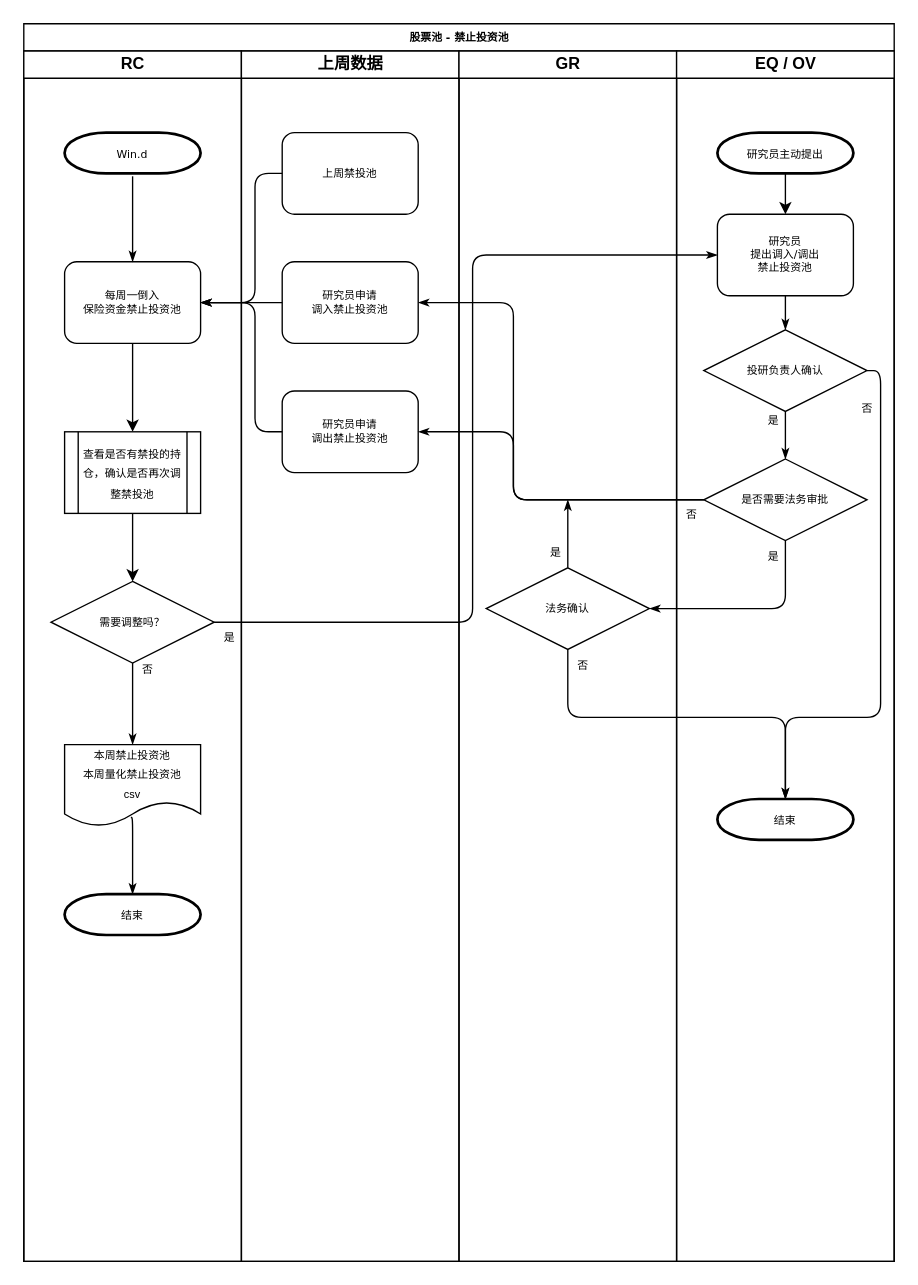
Above: Untitled Diagram.drawio in kemmiylee/gc-amc.com (draw.io), before the change. Source tidied: cells renumbered, new cells numbered last; positions are measured from the earlier drawing's top-left corner, leaving out a move shared by most shapes. Both pictures are drawn from the tidied source at 136%, with x=0, y=0 at pixel (23, 23).
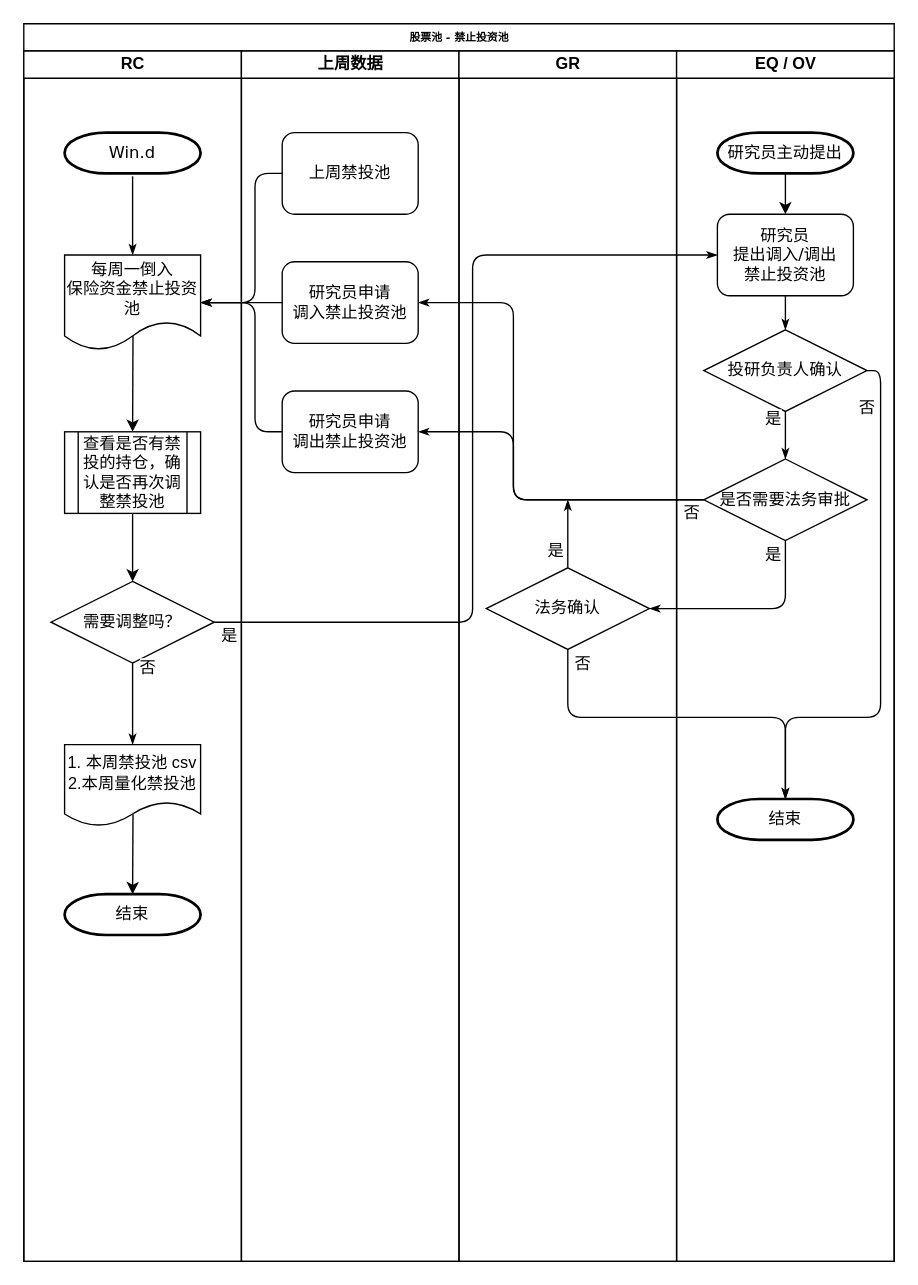
After the change.

The change refers to these unchanged cells:
```xml
<mxCell id="2" value="股票池 - 禁止投资池" style="swimlane;html=1;startSize=20;rounded=0;shadow=0;labelBackgroundColor=none;strokeWidth=1;fontFamily=Verdana;fontSize=8;align=center;" parent="1" vertex="1">
  <mxGeometry width="640" height="910" as="geometry" />
</mxCell>
<mxCell id="3" style="edgeStyle=orthogonalEdgeStyle;rounded=1;html=1;labelBackgroundColor=none;startArrow=none;startFill=0;startSize=5;endArrow=classicThin;endFill=1;endSize=5;jettySize=auto;strokeWidth=1;fontFamily=Verdana;fontSize=8;entryX=1;entryY=0.5;entryDx=0;entryDy=0;exitX=0;exitY=0.5;exitDx=0;exitDy=0;" parent="2" edge="1" source="31" target="20">
  <mxGeometry relative="1" as="geometry">
    <Array as="points">
      <mxPoint x="360" y="350" />
      <mxPoint x="360" y="205" />
    </Array>
  </mxGeometry>
</mxCell>
<mxCell id="6" value="RC" style="swimlane;html=1;startSize=20;" parent="2" vertex="1">
  <mxGeometry y="20" width="160" height="890" as="geometry" />
</mxCell>
<mxCell id="12" style="edgeStyle=orthogonalEdgeStyle;rounded=1;html=1;labelBackgroundColor=none;startArrow=none;startFill=0;startSize=5;endArrow=classicThin;endFill=1;endSize=5;jettySize=auto;strokeWidth=1;fontFamily=Verdana;fontSize=8;exitX=0.5;exitY=1;exitDx=0;exitDy=0;entryX=0.5;entryY=0;entryDx=0;entryDy=0;" parent="6" edge="1" source="11" target="14">
  <mxGeometry relative="1" as="geometry">
    <Array as="points">
      <mxPoint x="80" y="470" />
      <mxPoint x="80" y="470" />
    </Array>
  </mxGeometry>
</mxCell>
<mxCell id="19" value="上周数据" style="swimlane;html=1;startSize=20;" parent="2" vertex="1">
  <mxGeometry x="160" y="20" width="160" height="890" as="geometry" />
</mxCell>
<mxCell id="23" value="GR" style="swimlane;html=1;startSize=20;" parent="2" vertex="1">
  <mxGeometry x="320" y="20" width="160" height="890" as="geometry" />
</mxCell>
<mxCell id="24" style="edgeStyle=orthogonalEdgeStyle;rounded=1;html=1;labelBackgroundColor=none;startArrow=none;startFill=0;startSize=5;endArrow=classicThin;endFill=1;endSize=5;jettySize=auto;strokeWidth=1;fontFamily=Verdana;fontSize=8;exitX=0.5;exitY=0;exitDx=0;exitDy=0;" parent="23" edge="1" source="26">
  <mxGeometry relative="1" as="geometry">
    <mxPoint x="80" y="330" as="targetPoint" />
  </mxGeometry>
</mxCell>
<mxCell id="27" value="EQ / OV" style="swimlane;html=1;startSize=20;" parent="2" vertex="1">
  <mxGeometry x="480" y="20" width="160" height="890" as="geometry" />
</mxCell>
<mxCell id="32" style="edgeStyle=orthogonalEdgeStyle;rounded=1;html=1;labelBackgroundColor=none;startArrow=none;startFill=0;startSize=5;endArrow=classicThin;endFill=1;endSize=5;jettySize=auto;strokeWidth=1;fontFamily=Verdana;fontSize=8;entryX=0.5;entryY=0;entryDx=0;entryDy=0;exitX=0.5;exitY=1;exitDx=0;exitDy=0;" parent="27" edge="1" source="30" target="31">
  <mxGeometry relative="1" as="geometry" />
</mxCell>
<mxCell id="42" style="edgeStyle=orthogonalEdgeStyle;rounded=1;html=1;labelBackgroundColor=none;startArrow=none;startFill=0;startSize=5;endArrow=classicThin;endFill=1;endSize=5;jettySize=auto;strokeWidth=1;fontFamily=Verdana;fontSize=8;entryX=1;entryY=0.5;entryDx=0;entryDy=0;exitX=0.5;exitY=1;exitDx=0;exitDy=0;" parent="2" edge="1" source="31" target="26">
  <mxGeometry relative="1" as="geometry" />
</mxCell>
<mxCell id="44" style="edgeStyle=orthogonalEdgeStyle;rounded=1;html=1;labelBackgroundColor=none;startArrow=none;startFill=0;startSize=5;endArrow=classicThin;endFill=1;endSize=5;jettySize=auto;strokeWidth=1;fontFamily=Verdana;fontSize=8;exitX=0.5;exitY=1;exitDx=0;exitDy=0;entryX=0.5;entryY=0;entryDx=0;entryDy=0;entryPerimeter=0;" parent="2" edge="1" source="26" target="29">
  <mxGeometry relative="1" as="geometry">
    <Array as="points">
      <mxPoint x="400" y="510" />
      <mxPoint x="560" y="510" />
    </Array>
  </mxGeometry>
</mxCell>
<mxCell id="46" style="edgeStyle=orthogonalEdgeStyle;rounded=1;html=1;labelBackgroundColor=none;startArrow=none;startFill=0;startSize=5;endArrow=classicThin;endFill=1;endSize=5;jettySize=auto;strokeWidth=1;fontFamily=Verdana;fontSize=8;entryX=0;entryY=0.5;entryDx=0;entryDy=0;exitX=1;exitY=0.5;exitDx=0;exitDy=0;" parent="2" edge="1" source="11" target="37">
  <mxGeometry relative="1" as="geometry">
    <Array as="points">
      <mxPoint x="330" y="440" />
      <mxPoint x="330" y="170" />
    </Array>
  </mxGeometry>
</mxCell>
```

Diff of the diagram source:
```diff
@@
-    <mxCell id="5" value="&lt;font style=&quot;font-size: 8px&quot;&gt;否&lt;/font&gt;" style="edgeLabel;html=1;align=center;verticalAlign=middle;" parent="3" vertex="1">
+    <mxCell id="5" value="&lt;font style=&quot;font-size: 12px&quot;&gt;否&lt;/font&gt;" style="edgeLabel;html=1;align=center;verticalAlign=middle;" parent="3" vertex="1">
       <mxGeometry x="-0.03" relative="1" as="geometry">
         <mxPoint x="130" y="41.7" as="offset" />
       </mxGeometry>
     </mxCell>
@@
-    <mxCell id="7" value="&lt;font style=&quot;font-size: 8px&quot;&gt;结束&lt;/font&gt;" style="strokeWidth=2;html=1;shape=mxgraph.flowchart.terminator;whiteSpace=wrap;" parent="6" vertex="1">
+    <mxCell id="7" value="&lt;font style=&quot;font-size: 12px&quot;&gt;结束&lt;/font&gt;" style="strokeWidth=2;html=1;shape=mxgraph.flowchart.terminator;whiteSpace=wrap;" parent="6" vertex="1">
       <mxGeometry x="30" y="620" width="100" height="30" as="geometry" />
     </mxCell>
-    <mxCell id="8" value="每周一倒入&lt;br&gt;保险资金禁止投资池" style="rounded=1;whiteSpace=wrap;html=1;shadow=0;labelBackgroundColor=none;strokeWidth=1;fontFamily=Verdana;fontSize=8;align=center;" parent="6" vertex="1">
-      <mxGeometry x="30" y="155" width="100" height="60" as="geometry" />
-    </mxCell>
@@
-    <mxCell id="10" value="&lt;span style=&quot;font-family: &amp;#34;verdana&amp;#34; ; font-size: 8px&quot;&gt;Win.d&lt;/span&gt;" style="strokeWidth=2;html=1;shape=mxgraph.flowchart.terminator;whiteSpace=wrap;" parent="6" vertex="1">
+    <mxCell id="10" value="&lt;span style=&quot;font-family: &amp;#34;verdana&amp;#34;&quot;&gt;&lt;font style=&quot;font-size: 12px&quot;&gt;Win.d&lt;/font&gt;&lt;/span&gt;" style="strokeWidth=2;html=1;shape=mxgraph.flowchart.terminator;whiteSpace=wrap;" parent="6" vertex="1">
       <mxGeometry x="30" y="60" width="100" height="30" as="geometry" />
     </mxCell>
-    <mxCell id="11" value="需要调整吗？" style="rhombus;whiteSpace=wrap;html=1;rounded=0;shadow=0;labelBackgroundColor=none;strokeWidth=1;fontFamily=Verdana;fontSize=8;align=center;" parent="6" vertex="1">
+    <mxCell id="11" value="&lt;font style=&quot;font-size: 12px&quot;&gt;需要调整吗？&lt;/font&gt;" style="rhombus;whiteSpace=wrap;html=1;rounded=0;shadow=0;labelBackgroundColor=none;strokeWidth=1;fontFamily=Verdana;fontSize=8;align=center;" parent="6" vertex="1">
       <mxGeometry x="20" y="390" width="120" height="60" as="geometry" />
     </mxCell>
@@
-    <mxCell id="13" value="&lt;font style=&quot;font-size: 8px&quot;&gt;否&lt;/font&gt;" style="edgeLabel;html=1;align=center;verticalAlign=middle;" parent="12" vertex="1">
+    <mxCell id="13" value="&lt;font style=&quot;font-size: 12px&quot;&gt;否&lt;/font&gt;" style="edgeLabel;html=1;align=center;verticalAlign=middle;" parent="12" vertex="1">
       <mxGeometry x="-0.74" y="15" relative="1" as="geometry">
         <mxPoint x="-5" y="-5" as="offset" />
       </mxGeometry>
     </mxCell>
-    <mxCell id="14" value="&lt;font style=&quot;font-size: 8px&quot;&gt;本周禁止投资池&lt;br&gt;本周量化禁止投资池&lt;br&gt;csv&lt;br&gt;&lt;/font&gt;" style="shape=document;whiteSpace=wrap;html=1;boundedLbl=1;" parent="6" vertex="1">
+    <mxCell id="14" value="&lt;font&gt;&lt;font style=&quot;font-size: 12px&quot;&gt;1. 本周禁投池 csv&lt;br&gt;2.本周量化禁投池&lt;/font&gt;&lt;br&gt;&lt;/font&gt;" style="shape=document;whiteSpace=wrap;html=1;boundedLbl=1;" parent="6" vertex="1">
       <mxGeometry x="30" y="510" width="100" height="60" as="geometry" />
     </mxCell>
-    <mxCell id="15" style="edgeStyle=orthogonalEdgeStyle;rounded=1;html=1;labelBackgroundColor=none;startArrow=none;startFill=0;startSize=5;endArrow=classicThin;endFill=1;endSize=5;jettySize=auto;strokeWidth=1;fontFamily=Verdana;fontSize=8;exitX=0.487;exitY=0.894;exitDx=0;exitDy=0;entryX=0.5;entryY=0;entryDx=0;entryDy=0;entryPerimeter=0;exitPerimeter=0;" parent="6" edge="1" source="14" target="7">
-      <mxGeometry relative="1" as="geometry">
-        <Array as="points">
-          <mxPoint x="80" y="564" />
-        </Array>
-      </mxGeometry>
-    </mxCell>
-    <mxCell id="16" style="endArrow=classic;html=1;entryX=0.5;entryY=0;entryDx=0;entryDy=0;exitX=0.5;exitY=1;exitDx=0;exitDy=0;" parent="6" edge="1" source="8" target="18">
+    <mxCell id="16" style="endArrow=classic;html=1;entryX=0.5;entryY=0;entryDx=0;entryDy=0;exitX=0.503;exitY=0.826;exitDx=0;exitDy=0;exitPerimeter=0;" parent="6" edge="1" source="8" target="18">
       <mxGeometry relative="1" as="geometry" />
     </mxCell>
@@
-    <mxCell id="18" value="&lt;font style=&quot;font-size: 8px&quot;&gt;查看是否有禁投的持仓，确认是否再次调整禁投池&lt;/font&gt;" style="shape=process;whiteSpace=wrap;html=1;backgroundOutline=1;" parent="6" vertex="1">
+    <mxCell id="18" value="&lt;font style=&quot;font-size: 12px&quot;&gt;查看是否有禁投的持仓，确认是否再次调整禁投池&lt;/font&gt;" style="shape=process;whiteSpace=wrap;html=1;backgroundOutline=1;" parent="6" vertex="1">
       <mxGeometry x="30" y="280" width="100" height="60" as="geometry" />
     </mxCell>
+    <mxCell id="8" value="每周一倒入&lt;br&gt;保险资金禁止投资池" style="shape=document;whiteSpace=wrap;html=1;boundedLbl=1;" parent="6" vertex="1">
+      <mxGeometry x="30" y="150" width="100" height="70" as="geometry" />
+    </mxCell>
+    <mxCell id="15" style="endArrow=classic;html=1;entryX=0.5;entryY=0;entryDx=0;entryDy=0;entryPerimeter=0;exitX=0.503;exitY=0.853;exitDx=0;exitDy=0;exitPerimeter=0;" parent="6" edge="1" source="14" target="7">
+      <mxGeometry relative="1" as="geometry" />
+    </mxCell>
@@
-    <mxCell id="20" value="研究员申请&lt;br&gt;调入禁止投资池" style="rounded=1;whiteSpace=wrap;html=1;shadow=0;labelBackgroundColor=none;strokeWidth=1;fontFamily=Verdana;fontSize=8;align=center;" parent="19" vertex="1">
+    <mxCell id="20" value="&lt;font style=&quot;font-size: 12px&quot;&gt;研究员申请&lt;br&gt;调入禁止投资池&lt;/font&gt;" style="rounded=1;whiteSpace=wrap;html=1;shadow=0;labelBackgroundColor=none;strokeWidth=1;fontFamily=Verdana;fontSize=8;align=center;" parent="19" vertex="1">
       <mxGeometry x="30" y="155" width="100" height="60" as="geometry" />
     </mxCell>
-    <mxCell id="21" value="上周禁投池" style="rounded=1;whiteSpace=wrap;html=1;shadow=0;labelBackgroundColor=none;strokeWidth=1;fontFamily=Verdana;fontSize=8;align=center;" parent="19" vertex="1">
+    <mxCell id="21" value="&lt;font style=&quot;font-size: 12px&quot;&gt;上周禁投池&lt;/font&gt;" style="rounded=1;whiteSpace=wrap;html=1;shadow=0;labelBackgroundColor=none;strokeWidth=1;fontFamily=Verdana;fontSize=8;align=center;" parent="19" vertex="1">
       <mxGeometry x="30" y="60" width="100" height="60" as="geometry" />
     </mxCell>
-    <mxCell id="22" value="研究员申请&lt;br&gt;调出禁止投资池" style="rounded=1;whiteSpace=wrap;html=1;shadow=0;labelBackgroundColor=none;strokeWidth=1;fontFamily=Verdana;fontSize=8;align=center;" parent="19" vertex="1">
+    <mxCell id="22" value="&lt;font style=&quot;font-size: 12px&quot;&gt;研究员申请&lt;br&gt;调出禁止投资池&lt;/font&gt;" style="rounded=1;whiteSpace=wrap;html=1;shadow=0;labelBackgroundColor=none;strokeWidth=1;fontFamily=Verdana;fontSize=8;align=center;" parent="19" vertex="1">
       <mxGeometry x="30" y="250" width="100" height="60" as="geometry" />
     </mxCell>
@@
-    <mxCell id="25" value="&lt;font style=&quot;font-size: 8px&quot;&gt;是&lt;/font&gt;" style="edgeLabel;html=1;align=center;verticalAlign=middle;" parent="24" vertex="1">
+    <mxCell id="25" value="&lt;font style=&quot;font-size: 12px&quot;&gt;是&lt;/font&gt;" style="edgeLabel;html=1;align=center;verticalAlign=middle;" parent="24" vertex="1">
       <mxGeometry x="0.23" y="3" relative="1" as="geometry">
         <mxPoint x="-7" y="18" as="offset" />
       </mxGeometry>
     </mxCell>
-    <mxCell id="26" value="法务确认" style="rhombus;whiteSpace=wrap;html=1;rounded=0;shadow=0;labelBackgroundColor=none;strokeWidth=1;fontFamily=Verdana;fontSize=8;align=center;" parent="23" vertex="1">
+    <mxCell id="26" value="&lt;font style=&quot;font-size: 12px&quot;&gt;法务确认&lt;/font&gt;" style="rhombus;whiteSpace=wrap;html=1;rounded=0;shadow=0;labelBackgroundColor=none;strokeWidth=1;fontFamily=Verdana;fontSize=8;align=center;" parent="23" vertex="1">
       <mxGeometry x="20" y="380" width="120" height="60" as="geometry" />
     </mxCell>
@@
-    <mxCell id="28" value="否" style="edgeStyle=orthogonalEdgeStyle;rounded=1;html=1;labelBackgroundColor=none;startArrow=none;startFill=0;startSize=5;endArrow=classicThin;endFill=1;endSize=5;jettySize=auto;strokeWidth=1;fontFamily=Verdana;fontSize=8;exitX=1;exitY=0.5;exitDx=0;exitDy=0;entryX=0.5;entryY=0;entryDx=0;entryDy=0;entryPerimeter=0;" parent="27" edge="1" source="30" target="29">
+    <mxCell id="28" value="&lt;font style=&quot;font-size: 12px&quot;&gt;否&lt;/font&gt;" style="edgeStyle=orthogonalEdgeStyle;rounded=1;html=1;labelBackgroundColor=none;startArrow=none;startFill=0;startSize=5;endArrow=classicThin;endFill=1;endSize=5;jettySize=auto;strokeWidth=1;fontFamily=Verdana;fontSize=8;exitX=1;exitY=0.5;exitDx=0;exitDy=0;entryX=0.5;entryY=0;entryDx=0;entryDy=0;entryPerimeter=0;" parent="27" edge="1" source="30" target="29">
       <mxGeometry x="-0.81" y="-10" relative="1" as="geometry">
         <Array as="points">
           <mxPoint x="150" y="235" />
           <mxPoint x="150" y="490" />
           <mxPoint x="80" y="490" />
         </Array>
       </mxGeometry>
     </mxCell>
-    <mxCell id="29" value="&lt;font style=&quot;font-size: 8px&quot;&gt;结束&lt;/font&gt;" style="strokeWidth=2;html=1;shape=mxgraph.flowchart.terminator;whiteSpace=wrap;" parent="27" vertex="1">
+    <mxCell id="29" value="&lt;font style=&quot;font-size: 12px&quot;&gt;结束&lt;/font&gt;" style="strokeWidth=2;html=1;shape=mxgraph.flowchart.terminator;whiteSpace=wrap;" parent="27" vertex="1">
       <mxGeometry x="30" y="550" width="100" height="30" as="geometry" />
     </mxCell>
-    <mxCell id="30" value="投研负责人确认" style="rhombus;whiteSpace=wrap;html=1;rounded=0;shadow=0;labelBackgroundColor=none;strokeWidth=1;fontFamily=Verdana;fontSize=8;align=center;" parent="27" vertex="1">
+    <mxCell id="30" value="&lt;font style=&quot;font-size: 12px&quot;&gt;投研负责人确认&lt;/font&gt;" style="rhombus;whiteSpace=wrap;html=1;rounded=0;shadow=0;labelBackgroundColor=none;strokeWidth=1;fontFamily=Verdana;fontSize=8;align=center;" parent="27" vertex="1">
       <mxGeometry x="20" y="205" width="120" height="60" as="geometry" />
     </mxCell>
-    <mxCell id="31" value="是否需要法务审批" style="rhombus;whiteSpace=wrap;html=1;rounded=0;shadow=0;labelBackgroundColor=none;strokeWidth=1;fontFamily=Verdana;fontSize=8;align=center;" parent="27" vertex="1">
+    <mxCell id="31" value="&lt;font style=&quot;font-size: 12px&quot;&gt;是否需要法务审批&lt;/font&gt;" style="rhombus;whiteSpace=wrap;html=1;rounded=0;shadow=0;labelBackgroundColor=none;strokeWidth=1;fontFamily=Verdana;fontSize=8;align=center;" parent="27" vertex="1">
       <mxGeometry x="20" y="300" width="120" height="60" as="geometry" />
     </mxCell>
@@
-    <mxCell id="33" value="&lt;font style=&quot;font-size: 8px&quot;&gt;是&lt;/font&gt;" style="edgeLabel;html=1;align=center;verticalAlign=middle;" parent="32" vertex="1">
+    <mxCell id="33" value="&lt;font style=&quot;font-size: 12px&quot;&gt;是&lt;/font&gt;" style="edgeLabel;html=1;align=center;verticalAlign=middle;" parent="32" vertex="1">
       <mxGeometry x="0.23" y="3" relative="1" as="geometry">
         <mxPoint x="-13" y="-16.7" as="offset" />
       </mxGeometry>
     </mxCell>
@@
-    <mxCell id="35" value="&lt;span style=&quot;font-family: &amp;#34;verdana&amp;#34; ; font-size: 8px&quot;&gt;研究员主动提出&lt;/span&gt;" style="strokeWidth=2;html=1;shape=mxgraph.flowchart.terminator;whiteSpace=wrap;" parent="27" vertex="1">
+    <mxCell id="35" value="&lt;span style=&quot;font-family: &amp;#34;verdana&amp;#34;&quot;&gt;&lt;font style=&quot;font-size: 12px&quot;&gt;研究员主动提出&lt;/font&gt;&lt;/span&gt;" style="strokeWidth=2;html=1;shape=mxgraph.flowchart.terminator;whiteSpace=wrap;" parent="27" vertex="1">
       <mxGeometry x="30" y="60" width="100" height="30" as="geometry" />
     </mxCell>
@@
-    <mxCell id="37" value="研究员&lt;br&gt;提出调入/调出&lt;br&gt;禁止投资池" style="rounded=1;whiteSpace=wrap;html=1;shadow=0;labelBackgroundColor=none;strokeWidth=1;fontFamily=Verdana;fontSize=8;align=center;" parent="27" vertex="1">
+    <mxCell id="37" value="&lt;font style=&quot;font-size: 12px&quot;&gt;研究员&lt;br&gt;提出调入/调出&lt;br&gt;禁止投资池&lt;/font&gt;" style="rounded=1;whiteSpace=wrap;html=1;shadow=0;labelBackgroundColor=none;strokeWidth=1;fontFamily=Verdana;fontSize=8;align=center;" parent="27" vertex="1">
       <mxGeometry x="30" y="120" width="100" height="60" as="geometry" />
     </mxCell>
-    <mxCell id="38" style="edgeStyle=orthogonalEdgeStyle;rounded=1;html=1;labelBackgroundColor=none;startArrow=none;startFill=0;startSize=5;endArrow=classicThin;endFill=1;endSize=5;jettySize=auto;strokeWidth=1;fontFamily=Verdana;fontSize=8;exitX=0;exitY=0.5;exitDx=0;exitDy=0;entryX=1;entryY=0.5;entryDx=0;entryDy=0;" parent="2" edge="1" source="20" target="8">
-      <mxGeometry relative="1" as="geometry" />
+    <mxCell id="38" style="edgeStyle=orthogonalEdgeStyle;rounded=1;html=1;labelBackgroundColor=none;startArrow=none;startFill=0;startSize=5;endArrow=classicThin;endFill=1;endSize=5;jettySize=auto;strokeWidth=1;fontFamily=Verdana;fontSize=8;exitX=0;exitY=0.5;exitDx=0;exitDy=0;" parent="2" edge="1" source="20">
+      <mxGeometry relative="1" as="geometry">
+        <mxPoint x="130" y="205" as="targetPoint" />
+      </mxGeometry>
     </mxCell>
@@
-    <mxCell id="43" value="&lt;font style=&quot;font-size: 8px&quot;&gt;是&lt;/font&gt;" style="edgeLabel;html=1;align=center;verticalAlign=middle;" parent="42" vertex="1">
+    <mxCell id="43" value="&lt;font style=&quot;font-size: 12px&quot;&gt;是&lt;/font&gt;" style="edgeLabel;html=1;align=center;verticalAlign=middle;" parent="42" vertex="1">
       <mxGeometry x="0.23" y="3" relative="1" as="geometry">
         <mxPoint x="32.5" y="-43" as="offset" />
       </mxGeometry>
     </mxCell>
@@
-    <mxCell id="45" value="&lt;font style=&quot;font-size: 8px&quot;&gt;否&lt;/font&gt;" style="edgeLabel;html=1;align=center;verticalAlign=middle;" parent="44" vertex="1">
+    <mxCell id="45" value="&lt;font style=&quot;font-size: 12px&quot;&gt;否&lt;/font&gt;" style="edgeLabel;html=1;align=center;verticalAlign=middle;" parent="44" vertex="1">
       <mxGeometry x="-0.74" y="15" relative="1" as="geometry">
         <mxPoint x="-5" y="-25" as="offset" />
       </mxGeometry>
     </mxCell>
@@
-    <mxCell id="47" value="&lt;font style=&quot;font-size: 8px&quot;&gt;是&lt;/font&gt;" style="edgeLabel;html=1;align=center;verticalAlign=middle;" parent="46" vertex="1">
+    <mxCell id="47" value="&lt;font style=&quot;font-size: 12px&quot;&gt;是&lt;/font&gt;" style="edgeLabel;html=1;align=center;verticalAlign=middle;" parent="46" vertex="1">
       <mxGeometry x="0.23" y="3" relative="1" as="geometry">
         <mxPoint x="-177" y="213.3" as="offset" />
       </mxGeometry>
     </mxCell>
```
